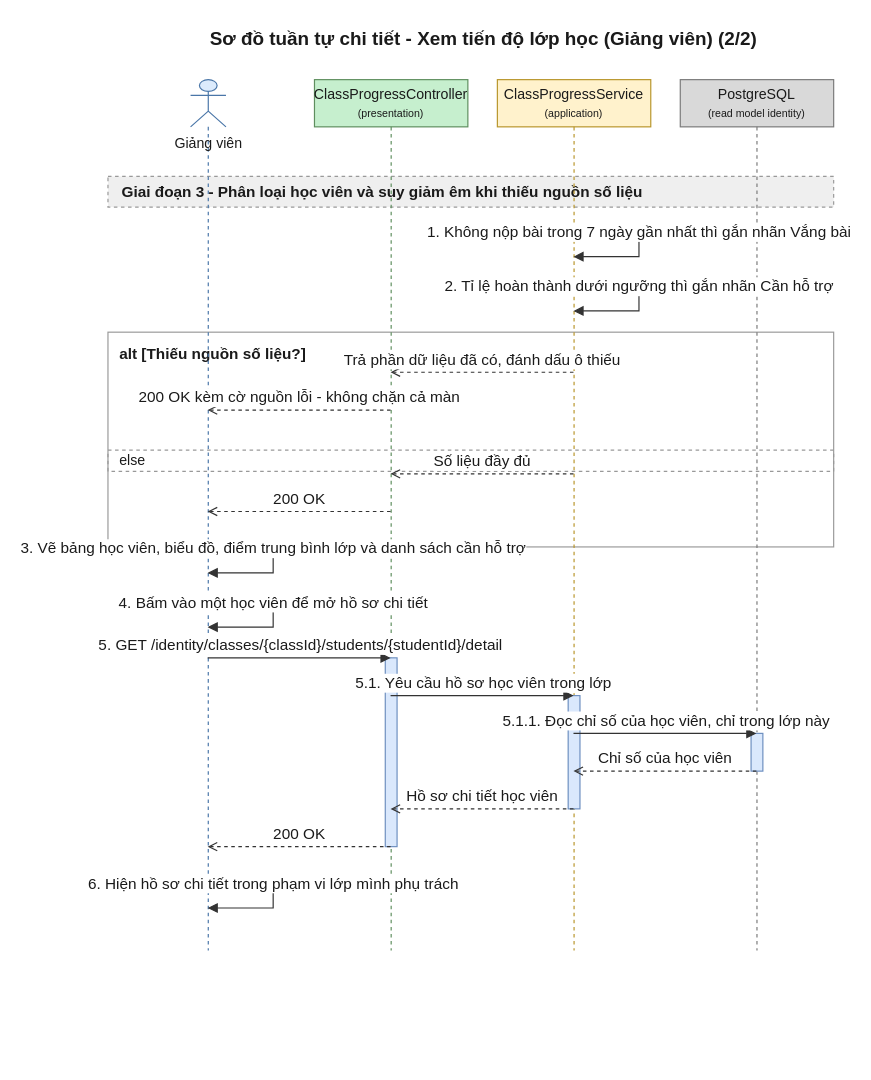
This is 08-diagram/sequence/gv/sequence_gv_xem_tien_do_lop_p2.drawio from daiphu1801/PRJ_ALGOPREP, a draw.io file, before an edit. Source tidied: cells renumbered, new cells numbered last; positions are measured from the earlier drawing's top-left corner, leaving out a move shared by most shapes. Both pictures are drawn from the tidied source at 118%, with x=0, y=0 at pixel (107, 20).
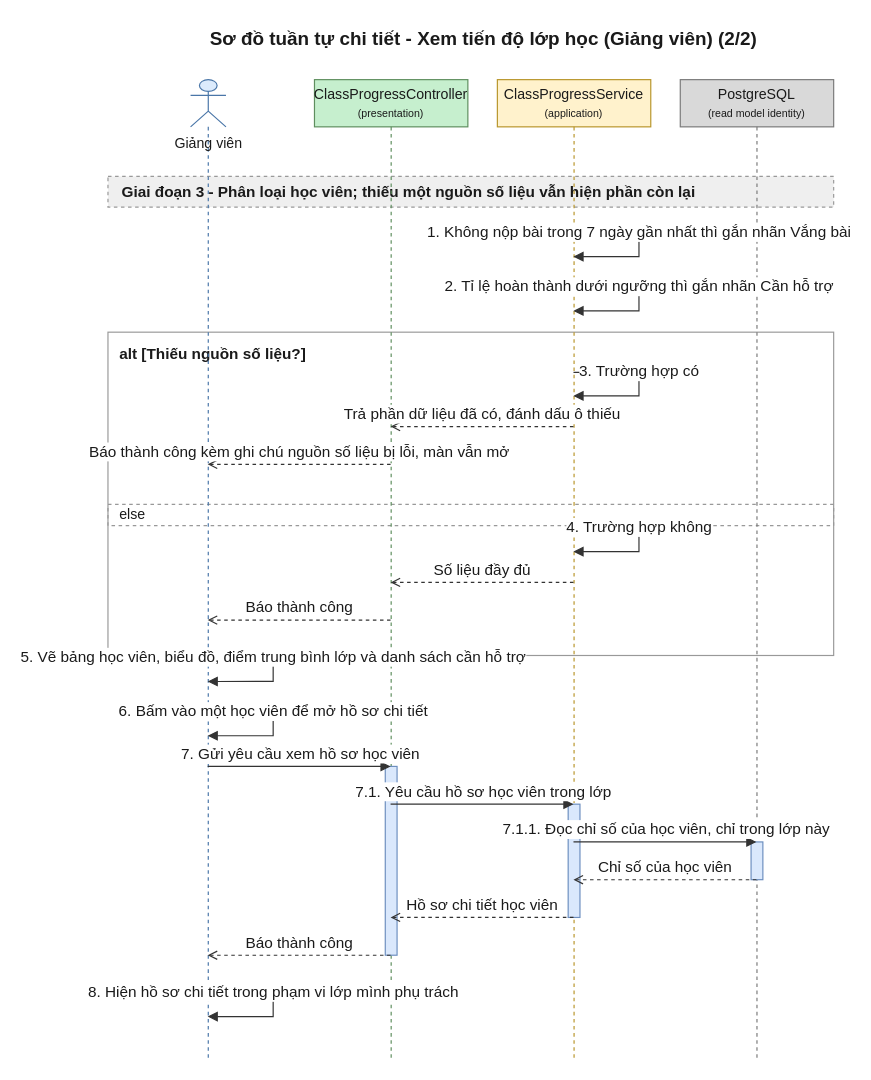
The same page after the edit.

What changed in the source:
```diff
@@
     <mxCell id="3" value="alt [Thiếu nguồn số liệu?]" style="algoprep=alt;rounded=0;whiteSpace=wrap;html=1;fillColor=none;strokeColor=#999999;verticalAlign=top;align=left;spacingLeft=8;spacingTop=4;fontColor=#1A1A1A;fontSize=13;fontStyle=1;dashed=0;" parent="1" vertex="1">
-      <mxGeometry y="264" width="615" height="182" as="geometry" />
+      <mxGeometry y="264" width="615" height="274" as="geometry" />
     </mxCell>
     <mxCell id="4" value="else" style="text;html=1;dashed=1;strokeColor=#999999;fillColor=none;align=left;verticalAlign=middle;spacingLeft=8;fontColor=#1A1A1A;fontSize=12;" parent="1" vertex="1">
-      <mxGeometry y="364" width="615" height="18" as="geometry" />
+      <mxGeometry y="410" width="615" height="18" as="geometry" />
     </mxCell>
-    <mxCell id="5" value="Giai đoạn 3 - Phân loại học viên và suy giảm êm khi thiếu nguồn số liệu" style="algoprep=phase;rounded=0;whiteSpace=wrap;html=1;fillColor=#EFEFEF;strokeColor=#999999;dashed=1;align=left;verticalAlign=middle;spacingLeft=10;fontColor=#1A1A1A;fontSize=13;fontStyle=1;" parent="1" vertex="1">
+    <mxCell id="5" value="Giai đoạn 3 - Phân loại học viên; thiếu một nguồn số liệu vẫn hiện phần còn lại" style="algoprep=phase;rounded=0;whiteSpace=wrap;html=1;fillColor=#EFEFEF;strokeColor=#999999;dashed=1;align=left;verticalAlign=middle;spacingLeft=10;fontColor=#1A1A1A;fontSize=13;fontStyle=1;" parent="1" vertex="1">
       <mxGeometry y="132" width="615" height="26" as="geometry" />
     </mxCell>
     <mxCell id="6" value="Giảng viên" style="shape=umlLifeline;participant=umlActor;perimeter=lifelinePerimeter;html=1;outlineConnect=0;size=40;verticalAlign=top;spacingTop=40;fillColor=#DCEBFC;strokeColor=#4A76A8;fontColor=#1A1A1A;" parent="1" vertex="1">
-      <mxGeometry x="70" y="50" width="30" height="738" as="geometry" />
+      <mxGeometry x="70" y="50" width="30" height="830" as="geometry" />
     </mxCell>
     <mxCell id="7" value="ClassProgressController&lt;br&gt;&lt;font style=&quot;font-size:9px&quot;&gt;(presentation)&lt;/font&gt;" style="shape=umlLifeline;perimeter=lifelinePerimeter;whiteSpace=wrap;html=1;outlineConnect=0;size=40;fillColor=#C6EFCE;strokeColor=#5E8E5E;fontColor=#1A1A1A;" parent="1" vertex="1">
-      <mxGeometry x="175" y="50" width="130" height="738" as="geometry" />
+      <mxGeometry x="175" y="50" width="130" height="830" as="geometry" />
     </mxCell>
     <mxCell id="8" value="ClassProgressService&lt;br&gt;&lt;font style=&quot;font-size:9px&quot;&gt;(application)&lt;/font&gt;" style="shape=umlLifeline;perimeter=lifelinePerimeter;whiteSpace=wrap;html=1;outlineConnect=0;size=40;fillColor=#FFF2CC;strokeColor=#B8952A;fontColor=#1A1A1A;" parent="1" vertex="1">
-      <mxGeometry x="330" y="50" width="130" height="738" as="geometry" />
+      <mxGeometry x="330" y="50" width="130" height="830" as="geometry" />
     </mxCell>
     <mxCell id="9" value="PostgreSQL&lt;br&gt;&lt;font style=&quot;font-size:9px&quot;&gt;(read model identity)&lt;/font&gt;" style="shape=umlLifeline;perimeter=lifelinePerimeter;whiteSpace=wrap;html=1;outlineConnect=0;size=40;fillColor=#D9D9D9;strokeColor=#7A7A7A;fontColor=#1A1A1A;" parent="1" vertex="1">
-      <mxGeometry x="485" y="50" width="130" height="738" as="geometry" />
+      <mxGeometry x="485" y="50" width="130" height="830" as="geometry" />
     </mxCell>
     <mxCell id="10" style="html=1;perimeter=orthogonalPerimeter;targetShapes=umlLifeline;fillColor=#DAE8FC;strokeColor=#6C8EBF;" parent="9" vertex="1">
-      <mxGeometry x="60" y="554" width="10" height="32" as="geometry" />
+      <mxGeometry x="60" y="646" width="10" height="32" as="geometry" />
     </mxCell>
     <mxCell id="11" style="html=1;perimeter=orthogonalPerimeter;targetShapes=umlLifeline;fillColor=#DAE8FC;strokeColor=#6C8EBF;" parent="8" vertex="1">
-      <mxGeometry x="60" y="522" width="10" height="96" as="geometry" />
+      <mxGeometry x="60" y="614" width="10" height="96" as="geometry" />
     </mxCell>
     <mxCell id="12" style="html=1;perimeter=orthogonalPerimeter;targetShapes=umlLifeline;fillColor=#DAE8FC;strokeColor=#6C8EBF;" parent="7" vertex="1">
-      <mxGeometry x="60" y="490" width="10" height="160" as="geometry" />
+      <mxGeometry x="60" y="582" width="10" height="160" as="geometry" />
     </mxCell>
-    <mxCell id="13" value="1. Không nộp bài trong 7 ngày gần nhất thì gắn nhãn Vắng bài" style="edgeStyle=orthogonalEdgeStyle;rounded=0;html=1;endArrow=block;endFill=1;strokeColor=#333333;fontColor=#1A1A1A;fontSize=13;verticalAlign=bottom;exitX=0.5;exitY=0.1762;exitDx=0;exitDy=0;entryX=0.5;entryY=0.2033;entryDx=0;entryDy=0;" parent="1" edge="1" source="8" target="8">
+    <mxCell id="13" value="1. Không nộp bài trong 7 ngày gần nhất thì gắn nhãn Vắng bài" style="edgeStyle=orthogonalEdgeStyle;rounded=0;html=1;endArrow=block;endFill=1;strokeColor=#333333;fontColor=#1A1A1A;fontSize=13;verticalAlign=bottom;exitX=0.5;exitY=0.1566;exitDx=0;exitDy=0;entryX=0.5;entryY=0.1807;entryDx=0;entryDy=0;" parent="1" edge="1" source="8" target="8">
       <mxGeometry relative="1" as="geometry">
         <Array as="points">
           <mxPoint x="450" y="180" />
           <mxPoint x="450" y="200" />
         </Array>
       </mxGeometry>
     </mxCell>
-    <mxCell id="14" value="2. Tỉ lệ hoàn thành dưới ngưỡng thì gắn nhãn Cần hỗ trợ" style="edgeStyle=orthogonalEdgeStyle;rounded=0;html=1;endArrow=block;endFill=1;strokeColor=#333333;fontColor=#1A1A1A;fontSize=13;verticalAlign=bottom;exitX=0.5;exitY=0.2385;exitDx=0;exitDy=0;entryX=0.5;entryY=0.2656;entryDx=0;entryDy=0;" parent="1" edge="1" source="8" target="8">
+    <mxCell id="14" value="2. Tỉ lệ hoàn thành dưới ngưỡng thì gắn nhãn Cần hỗ trợ" style="edgeStyle=orthogonalEdgeStyle;rounded=0;html=1;endArrow=block;endFill=1;strokeColor=#333333;fontColor=#1A1A1A;fontSize=13;verticalAlign=bottom;exitX=0.5;exitY=0.2120;exitDx=0;exitDy=0;entryX=0.5;entryY=0.2361;entryDx=0;entryDy=0;" parent="1" edge="1" source="8" target="8">
       <mxGeometry relative="1" as="geometry">
         <Array as="points">
           <mxPoint x="450" y="226" />
           <mxPoint x="450" y="246" />
         </Array>
       </mxGeometry>
     </mxCell>
-    <mxCell id="15" value="Trả phần dữ liệu đã có, đánh dấu ô thiếu" style="edgeStyle=none;html=1;endArrow=open;endFill=0;dashed=1;strokeColor=#333333;fontColor=#1A1A1A;fontSize=13;verticalAlign=bottom;exitX=0.5;exitY=0.3360;exitDx=0;exitDy=0;entryX=0.5;entryY=0.3360;entryDx=0;entryDy=0;" parent="1" edge="1" source="8" target="7">
-      <mxGeometry relative="1" as="geometry" />
+    <mxCell id="15" value="3. Trường hợp có" style="edgeStyle=orthogonalEdgeStyle;rounded=0;html=1;endArrow=block;endFill=1;strokeColor=#333333;fontColor=#1A1A1A;fontSize=13;verticalAlign=bottom;exitX=0.5;exitY=0.2988;exitDx=0;exitDy=0;entryX=0.5;entryY=0.3229;entryDx=0;entryDy=0;" parent="1" edge="1" source="8" target="8">
+      <mxGeometry relative="1" as="geometry">
+        <Array as="points">
+          <mxPoint x="450" y="298" />
+          <mxPoint x="450" y="318" />
+        </Array>
+      </mxGeometry>
     </mxCell>
-    <mxCell id="16" value="200 OK kèm cờ nguồn lỗi - không chặn cả màn" style="edgeStyle=none;html=1;endArrow=open;endFill=0;dashed=1;strokeColor=#333333;fontColor=#1A1A1A;fontSize=13;verticalAlign=bottom;exitX=0.5;exitY=0.3794;exitDx=0;exitDy=0;entryX=0.5;entryY=0.3794;entryDx=0;entryDy=0;" parent="1" edge="1" source="7" target="6">
+    <mxCell id="16" value="Trả phần dữ liệu đã có, đánh dấu ô thiếu" style="edgeStyle=none;html=1;endArrow=open;endFill=0;dashed=1;strokeColor=#333333;fontColor=#1A1A1A;fontSize=13;verticalAlign=bottom;exitX=0.5;exitY=0.3542;exitDx=0;exitDy=0;entryX=0.5;entryY=0.3542;entryDx=0;entryDy=0;" parent="1" edge="1" source="8" target="7">
       <mxGeometry relative="1" as="geometry" />
     </mxCell>
-    <mxCell id="17" value="Số liệu đầy đủ" style="edgeStyle=none;html=1;endArrow=open;endFill=0;dashed=1;strokeColor=#333333;fontColor=#1A1A1A;fontSize=13;verticalAlign=bottom;exitX=0.5;exitY=0.4526;exitDx=0;exitDy=0;entryX=0.5;entryY=0.4526;entryDx=0;entryDy=0;" parent="1" edge="1" source="8" target="7">
+    <mxCell id="17" value="Báo thành công kèm ghi chú nguồn số liệu bị lỗi, màn vẫn mở" style="edgeStyle=none;html=1;endArrow=open;endFill=0;dashed=1;strokeColor=#333333;fontColor=#1A1A1A;fontSize=13;verticalAlign=bottom;exitX=0.5;exitY=0.3928;exitDx=0;exitDy=0;entryX=0.5;entryY=0.3928;entryDx=0;entryDy=0;" parent="1" edge="1" source="7" target="6">
       <mxGeometry relative="1" as="geometry" />
     </mxCell>
-    <mxCell id="18" value="200 OK" style="edgeStyle=none;html=1;endArrow=open;endFill=0;dashed=1;strokeColor=#333333;fontColor=#1A1A1A;fontSize=13;verticalAlign=bottom;exitX=0.5;exitY=0.4959;exitDx=0;exitDy=0;entryX=0.5;entryY=0.4959;entryDx=0;entryDy=0;" parent="1" edge="1" source="7" target="6">
-      <mxGeometry relative="1" as="geometry" />
+    <mxCell id="18" value="4. Trường hợp không" style="edgeStyle=orthogonalEdgeStyle;rounded=0;html=1;endArrow=block;endFill=1;strokeColor=#333333;fontColor=#1A1A1A;fontSize=13;verticalAlign=bottom;exitX=0.5;exitY=0.4578;exitDx=0;exitDy=0;entryX=0.5;entryY=0.4819;entryDx=0;entryDy=0;" parent="1" edge="1" source="8" target="8">
+      <mxGeometry relative="1" as="geometry">
+        <Array as="points">
+          <mxPoint x="450" y="430" />
+          <mxPoint x="450" y="450" />
+        </Array>
+      </mxGeometry>
     </mxCell>
-    <mxCell id="19" value="3. Vẽ bảng học viên, biểu đồ, điểm trung bình lớp và danh sách cần hỗ trợ" style="edgeStyle=orthogonalEdgeStyle;rounded=0;html=1;endArrow=block;endFill=1;strokeColor=#333333;fontColor=#1A1A1A;fontSize=13;verticalAlign=bottom;exitX=0.5;exitY=0.5393;exitDx=0;exitDy=0;entryX=0.5;entryY=0.5664;entryDx=0;entryDy=0;" parent="1" edge="1" source="6" target="6">
-      <mxGeometry relative="1" as="geometry">
-        <Array as="points">
-          <mxPoint x="140" y="448" />
-          <mxPoint x="140" y="468" />
-        </Array>
-      </mxGeometry>
+    <mxCell id="19" value="Số liệu đầy đủ" style="edgeStyle=none;html=1;endArrow=open;endFill=0;dashed=1;strokeColor=#333333;fontColor=#1A1A1A;fontSize=13;verticalAlign=bottom;exitX=0.5;exitY=0.5133;exitDx=0;exitDy=0;entryX=0.5;entryY=0.5133;entryDx=0;entryDy=0;" parent="1" edge="1" source="8" target="7">
+      <mxGeometry relative="1" as="geometry" />
     </mxCell>
-    <mxCell id="20" value="4. Bấm vào một học viên để mở hồ sơ chi tiết" style="edgeStyle=orthogonalEdgeStyle;rounded=0;html=1;endArrow=block;endFill=1;strokeColor=#333333;fontColor=#1A1A1A;fontSize=13;verticalAlign=bottom;exitX=0.5;exitY=0.6016;exitDx=0;exitDy=0;entryX=0.5;entryY=0.6287;entryDx=0;entryDy=0;" parent="1" edge="1" source="6" target="6">
-      <mxGeometry relative="1" as="geometry">
-        <Array as="points">
-          <mxPoint x="140" y="494" />
-          <mxPoint x="140" y="514" />
-        </Array>
-      </mxGeometry>
+    <mxCell id="20" value="Báo thành công" style="edgeStyle=none;html=1;endArrow=open;endFill=0;dashed=1;strokeColor=#333333;fontColor=#1A1A1A;fontSize=13;verticalAlign=bottom;exitX=0.5;exitY=0.5518;exitDx=0;exitDy=0;entryX=0.5;entryY=0.5518;entryDx=0;entryDy=0;" parent="1" edge="1" source="7" target="6">
+      <mxGeometry relative="1" as="geometry" />
     </mxCell>
-    <mxCell id="21" value="5. GET /identity/classes/{classId}/students/{studentId}/detail" style="edgeStyle=none;html=1;endArrow=block;endFill=1;strokeColor=#333333;fontColor=#1A1A1A;fontSize=13;verticalAlign=bottom;exitX=0.5;exitY=0.6640;exitDx=0;exitDy=0;entryX=0.5;entryY=0.6640;entryDx=0;entryDy=0;" parent="1" edge="1" source="6" target="7">
-      <mxGeometry relative="1" as="geometry" />
+    <mxCell id="21" value="5. Vẽ bảng học viên, biểu đồ, điểm trung bình lớp và danh sách cần hỗ trợ" style="edgeStyle=orthogonalEdgeStyle;rounded=0;html=1;endArrow=block;endFill=1;strokeColor=#333333;fontColor=#1A1A1A;fontSize=13;verticalAlign=bottom;exitX=0.5;exitY=0.5904;exitDx=0;exitDy=0;entryX=0.5;entryY=0.6145;entryDx=0;entryDy=0;" parent="1" edge="1" source="6" target="6">
+      <mxGeometry relative="1" as="geometry">
+        <Array as="points">
+          <mxPoint x="140" y="540" />
+          <mxPoint x="140" y="560" />
+        </Array>
+      </mxGeometry>
     </mxCell>
-    <mxCell id="22" value="5.1. Yêu cầu hồ sơ học viên trong lớp" style="edgeStyle=none;html=1;endArrow=block;endFill=1;strokeColor=#333333;fontColor=#1A1A1A;fontSize=13;verticalAlign=bottom;exitX=0.5;exitY=0.7073;exitDx=0;exitDy=0;entryX=0.5;entryY=0.7073;entryDx=0;entryDy=0;" parent="1" edge="1" source="7" target="8">
-      <mxGeometry relative="1" as="geometry" />
+    <mxCell id="22" value="6. Bấm vào một học viên để mở hồ sơ chi tiết" style="edgeStyle=orthogonalEdgeStyle;rounded=0;html=1;endArrow=block;endFill=1;strokeColor=#333333;fontColor=#1A1A1A;fontSize=13;verticalAlign=bottom;exitX=0.5;exitY=0.6458;exitDx=0;exitDy=0;entryX=0.5;entryY=0.6699;entryDx=0;entryDy=0;" parent="1" edge="1" source="6" target="6">
+      <mxGeometry relative="1" as="geometry">
+        <Array as="points">
+          <mxPoint x="140" y="586" />
+          <mxPoint x="140" y="606" />
+        </Array>
+      </mxGeometry>
     </mxCell>
-    <mxCell id="23" value="5.1.1. Đọc chỉ số của học viên, chỉ trong lớp này" style="edgeStyle=none;html=1;endArrow=block;endFill=1;strokeColor=#333333;fontColor=#1A1A1A;fontSize=13;verticalAlign=bottom;exitX=0.5;exitY=0.7507;exitDx=0;exitDy=0;entryX=0.5;entryY=0.7507;entryDx=0;entryDy=0;" parent="1" edge="1" source="8" target="9">
+    <mxCell id="23" value="7. Gửi yêu cầu xem hồ sơ học viên" style="edgeStyle=none;html=1;endArrow=block;endFill=1;strokeColor=#333333;fontColor=#1A1A1A;fontSize=13;verticalAlign=bottom;exitX=0.5;exitY=0.7012;exitDx=0;exitDy=0;entryX=0.5;entryY=0.7012;entryDx=0;entryDy=0;" parent="1" edge="1" source="6" target="7">
       <mxGeometry relative="1" as="geometry" />
     </mxCell>
-    <mxCell id="24" value="Chỉ số của học viên" style="edgeStyle=none;html=1;endArrow=open;endFill=0;dashed=1;strokeColor=#333333;fontColor=#1A1A1A;fontSize=13;verticalAlign=bottom;exitX=0.5;exitY=0.7940;exitDx=0;exitDy=0;entryX=0.5;entryY=0.7940;entryDx=0;entryDy=0;" parent="1" edge="1" source="9" target="8">
+    <mxCell id="24" value="7.1. Yêu cầu hồ sơ học viên trong lớp" style="edgeStyle=none;html=1;endArrow=block;endFill=1;strokeColor=#333333;fontColor=#1A1A1A;fontSize=13;verticalAlign=bottom;exitX=0.5;exitY=0.7398;exitDx=0;exitDy=0;entryX=0.5;entryY=0.7398;entryDx=0;entryDy=0;" parent="1" edge="1" source="7" target="8">
       <mxGeometry relative="1" as="geometry" />
     </mxCell>
-    <mxCell id="25" value="Hồ sơ chi tiết học viên" style="edgeStyle=none;html=1;endArrow=open;endFill=0;dashed=1;strokeColor=#333333;fontColor=#1A1A1A;fontSize=13;verticalAlign=bottom;exitX=0.5;exitY=0.8374;exitDx=0;exitDy=0;entryX=0.5;entryY=0.8374;entryDx=0;entryDy=0;" parent="1" edge="1" source="8" target="7">
+    <mxCell id="25" value="7.1.1. Đọc chỉ số của học viên, chỉ trong lớp này" style="edgeStyle=none;html=1;endArrow=block;endFill=1;strokeColor=#333333;fontColor=#1A1A1A;fontSize=13;verticalAlign=bottom;exitX=0.5;exitY=0.7783;exitDx=0;exitDy=0;entryX=0.5;entryY=0.7783;entryDx=0;entryDy=0;" parent="1" edge="1" source="8" target="9">
       <mxGeometry relative="1" as="geometry" />
     </mxCell>
-    <mxCell id="26" value="200 OK" style="edgeStyle=none;html=1;endArrow=open;endFill=0;dashed=1;strokeColor=#333333;fontColor=#1A1A1A;fontSize=13;verticalAlign=bottom;exitX=0.5;exitY=0.8808;exitDx=0;exitDy=0;entryX=0.5;entryY=0.8808;entryDx=0;entryDy=0;" parent="1" edge="1" source="7" target="6">
+    <mxCell id="26" value="Chỉ số của học viên" style="edgeStyle=none;html=1;endArrow=open;endFill=0;dashed=1;strokeColor=#333333;fontColor=#1A1A1A;fontSize=13;verticalAlign=bottom;exitX=0.5;exitY=0.8169;exitDx=0;exitDy=0;entryX=0.5;entryY=0.8169;entryDx=0;entryDy=0;" parent="1" edge="1" source="9" target="8">
       <mxGeometry relative="1" as="geometry" />
     </mxCell>
-    <mxCell id="27" value="6. Hiện hồ sơ chi tiết trong phạm vi lớp mình phụ trách" style="edgeStyle=orthogonalEdgeStyle;rounded=0;html=1;endArrow=block;endFill=1;strokeColor=#333333;fontColor=#1A1A1A;fontSize=13;verticalAlign=bottom;exitX=0.5;exitY=0.9241;exitDx=0;exitDy=0;entryX=0.5;entryY=0.9512;entryDx=0;entryDy=0;" parent="1" edge="1" source="6" target="6">
-      <mxGeometry relative="1" as="geometry">
-        <Array as="points">
-          <mxPoint x="140" y="732" />
-          <mxPoint x="140" y="752" />
-        </Array>
-      </mxGeometry>
+    <mxCell id="27" value="Hồ sơ chi tiết học viên" style="edgeStyle=none;html=1;endArrow=open;endFill=0;dashed=1;strokeColor=#333333;fontColor=#1A1A1A;fontSize=13;verticalAlign=bottom;exitX=0.5;exitY=0.8554;exitDx=0;exitDy=0;entryX=0.5;entryY=0.8554;entryDx=0;entryDy=0;" parent="1" edge="1" source="8" target="7">
+      <mxGeometry relative="1" as="geometry" />
     </mxCell>
+    <mxCell id="28" value="Báo thành công" style="edgeStyle=none;html=1;endArrow=open;endFill=0;dashed=1;strokeColor=#333333;fontColor=#1A1A1A;fontSize=13;verticalAlign=bottom;exitX=0.5;exitY=0.8940;exitDx=0;exitDy=0;entryX=0.5;entryY=0.8940;entryDx=0;entryDy=0;" parent="1" edge="1" source="7" target="6">
+      <mxGeometry relative="1" as="geometry" />
+    </mxCell>
+    <mxCell id="29" value="8. Hiện hồ sơ chi tiết trong phạm vi lớp mình phụ trách" style="edgeStyle=orthogonalEdgeStyle;rounded=0;html=1;endArrow=block;endFill=1;strokeColor=#333333;fontColor=#1A1A1A;fontSize=13;verticalAlign=bottom;exitX=0.5;exitY=0.9325;exitDx=0;exitDy=0;entryX=0.5;entryY=0.9566;entryDx=0;entryDy=0;" parent="1" edge="1" source="6" target="6">
+      <mxGeometry relative="1" as="geometry">
+        <Array as="points">
+          <mxPoint x="140" y="824" />
+          <mxPoint x="140" y="844" />
+        </Array>
+      </mxGeometry>
+    </mxCell>
```
